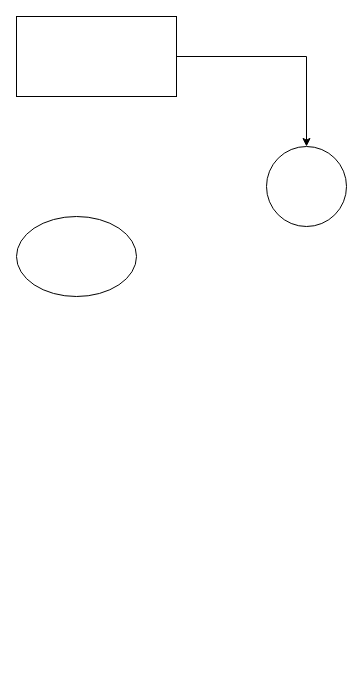
damnfrenchkid/diagram keeps this draw.io diagram as my_diagram/hal_diag.drawio. Above is the earlier version. Source tidied: cells renumbered, new cells numbered last; positions are measured from the earlier drawing's top-left corner, leaving out a move shared by most shapes. Both pictures are drawn from the tidied source at 100%, with x=0, y=0 at pixel (16, 16).
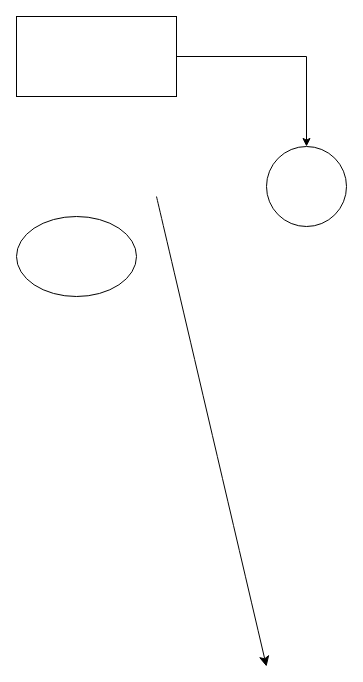
Above is the later version.

Commit message (it also covers changes not shown here):
Mettre à jour hal_diag.drawio

Change to the diagram source:
```diff
@@
 <mxGraphModel>
   <root>
     <mxCell id="0" />
     <mxCell id="1" parent="0" />
+    <mxCell id="6" style="edgeStyle=none;curved=1;rounded=0;orthogonalLoop=1;jettySize=auto;html=1;exitX=1;exitY=0.5;exitDx=0;exitDy=0;fontSize=12;startSize=8;endSize=8;" parent="1" edge="1">
+      <mxGeometry relative="1" as="geometry">
+        <mxPoint x="140" y="180" as="sourcePoint" />
+        <mxPoint x="250" y="650" as="targetPoint" />
+      </mxGeometry>
+    </mxCell>
     <mxCell id="2" style="edgeStyle=orthogonalEdgeStyle;rounded=0;jettySize=auto;html=1;" parent="1" edge="1" source="3" target="5">
       <mxGeometry relative="1" as="geometry" />
     </mxCell>
     <mxCell id="3" style="rounded=0;whiteSpace=wrap;html=1;" parent="1" vertex="1">
       <mxGeometry width="160" height="80" as="geometry" />
     </mxCell>
     <mxCell id="4" style="ellipse;whiteSpace=wrap;html=1;" parent="1" vertex="1">
       <mxGeometry y="200" width="120" height="80" as="geometry" />
     </mxCell>
     <mxCell id="5" style="ellipse;whiteSpace=wrap;html=1;rounded=0;" parent="1" vertex="1">
       <mxGeometry x="250" y="130" width="80" height="80" as="geometry" />
     </mxCell>
   </root>
 </mxGraphModel>
```
